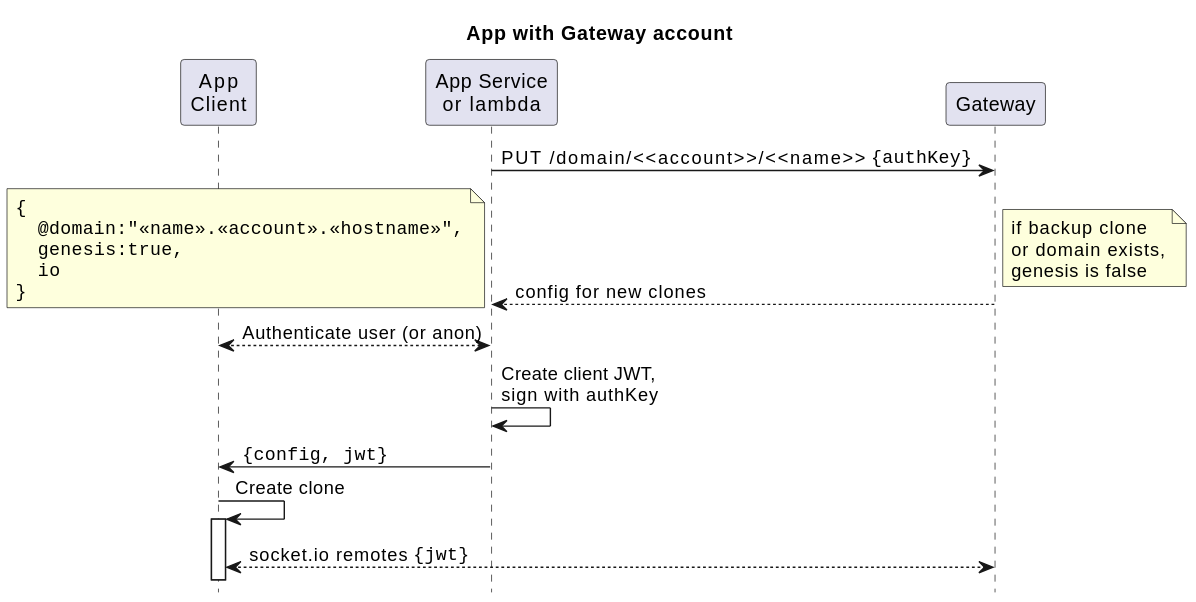
This is architecture/api/domain/img/account-domain.seq.svg from m-ld/m-ld-gateway, a PlantUML export, as it was before one commit.
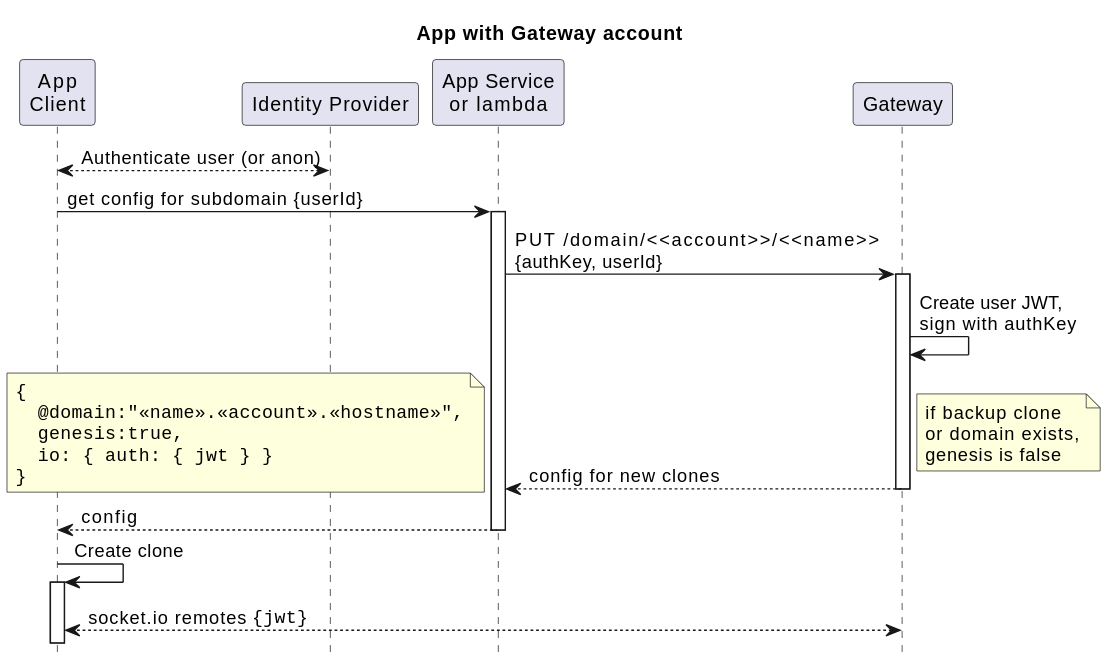
After the commit.

What changed in the source:
```diff
@@ -4,16 +4,20 @@
 title App with Gateway account
 
 participant "App\nClient" as client
+participant "Identity Provider" as idp
 participant "App Service\nor lambda" as service
 
-service -> Gateway: PUT /domain/<<account>>/<<name>> ""{authKey}""
+client <--> idp: Authenticate user (or anon)
+client -> service ++ : get config for subdomain {userId}
+service -> Gateway ++: PUT /domain/<<account>>/<<name>>\n{authKey, userId}
+Gateway -> Gateway: Create user JWT,\nsign with authKey
 return config for new clones
 note left
 <code>
 {
   @domain:"<<name>>.<<account>>.<<hostname>>",
   genesis:true,
-  io
+  io: { auth: { jwt } }
 }
 </code>
 end note
@@ -22,9 +26,7 @@
 or domain exists,
 genesis is false
 end note
-client <--> service: Authenticate user (or anon)
-service -> service: Create client JWT,\nsign with authKey
-service -> client: ""{config, jwt}""
+return config
 client -> client ++: Create clone
 client <--> Gateway: socket.io remotes ""{jwt}""
 
```
